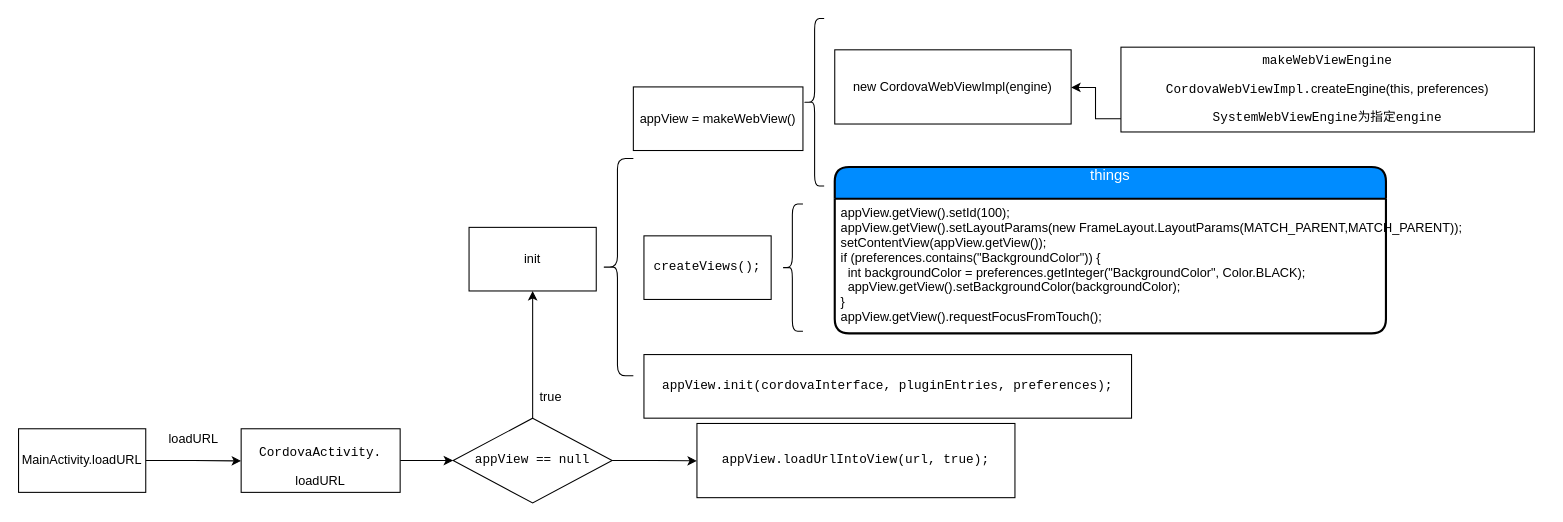
Above: webview启动.drawio in leileizhou/pic (draw.io), before the change. Source tidied: cells renumbered, new cells numbered last; positions are measured from the earlier drawing's top-left corner, leaving out a move shared by most shapes. Both pictures are drawn from the tidied source at 106%, with x=0, y=0 at pixel (18, 18).
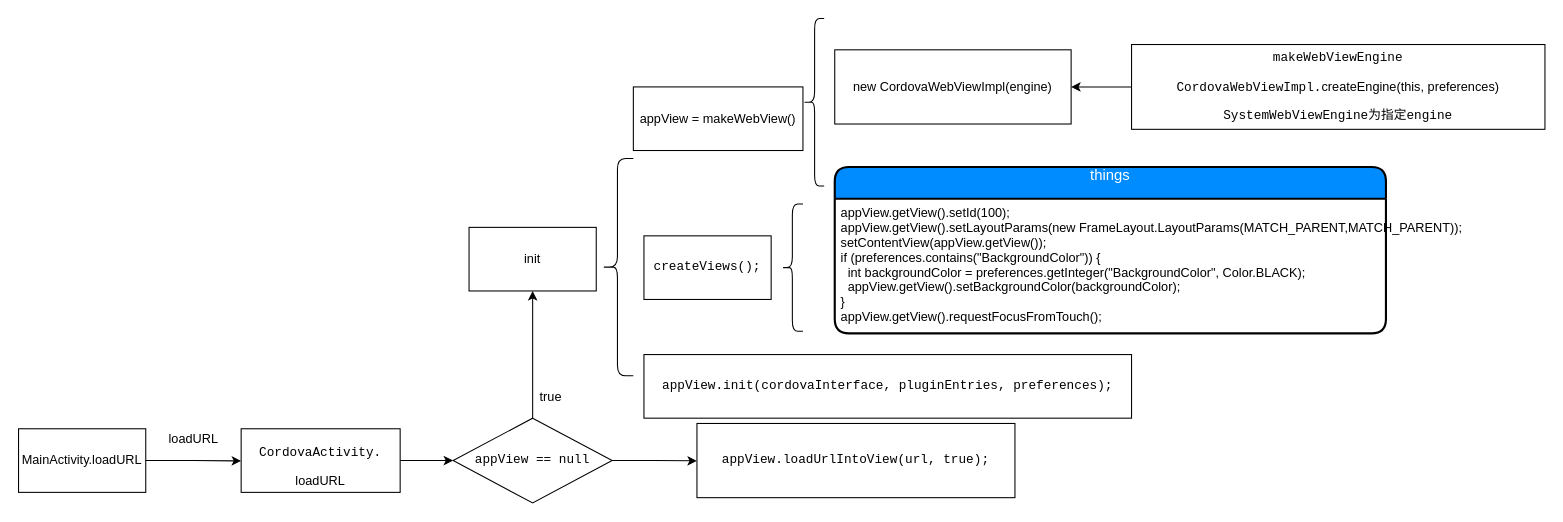
After the change.

Unchanged cells that the change refers to:
```xml
<mxCell id="18" value="new&amp;nbsp;&lt;span&gt;CordovaWebViewImpl(engine)&lt;/span&gt;" style="rounded=0;whiteSpace=wrap;html=1;" parent="1" vertex="1">
  <mxGeometry x="770" y="29.5" width="223" height="70" as="geometry" />
</mxCell>
```

Change to the diagram source:
```diff
@@
-    <mxCell id="14" style="edgeStyle=orthogonalEdgeStyle;rounded=0;jettySize=auto;html=1;" parent="1" edge="1" target="18">
-      <mxGeometry relative="1" as="geometry">
-        <mxPoint x="1040" y="94.5" as="sourcePoint" />
-        <Array as="points">
-          <mxPoint x="1016" y="95" />
-          <mxPoint x="1016" y="65" />
-        </Array>
-      </mxGeometry>
-    </mxCell>
+    <mxCell id="26" style="edgeStyle=orthogonalEdgeStyle;rounded=0;jettySize=auto;html=1;exitX=0;exitY=0.5;exitDx=0;exitDy=0;entryX=1;entryY=0.5;entryDx=0;entryDy=0;" parent="1" edge="1" source="15" target="18">
+      <mxGeometry relative="1" as="geometry" />
+    </mxCell>
     <mxCell id="15" value="&lt;pre&gt;makeWebViewEngine&lt;/pre&gt;&lt;pre&gt;CordovaWebViewImpl.&lt;span style=&quot;font-family: &amp;#34;helvetica&amp;#34; ; white-space: normal&quot;&gt;createEngine&lt;/span&gt;&lt;span style=&quot;font-family: &amp;#34;helvetica&amp;#34; ; white-space: normal&quot;&gt;(&lt;/span&gt;&lt;span style=&quot;font-family: &amp;#34;helvetica&amp;#34; ; white-space: normal&quot;&gt;this&lt;/span&gt;&lt;span style=&quot;font-family: &amp;#34;helvetica&amp;#34; ; white-space: normal&quot;&gt;, &lt;/span&gt;&lt;span style=&quot;font-family: &amp;#34;helvetica&amp;#34; ; white-space: normal&quot;&gt;preferences&lt;/span&gt;&lt;span style=&quot;font-family: &amp;#34;helvetica&amp;#34; ; white-space: normal&quot;&gt;)&lt;/span&gt;&lt;br&gt;&lt;/pre&gt;&lt;pre&gt;SystemWebViewEngine为指定engine&lt;/pre&gt;" style="rounded=0;whiteSpace=wrap;html=1;" parent="1" vertex="1">
-      <mxGeometry x="1040" y="27" width="390" height="80" as="geometry" />
+      <mxGeometry x="1050" y="24.5" width="390" height="80" as="geometry" />
     </mxCell>
```
